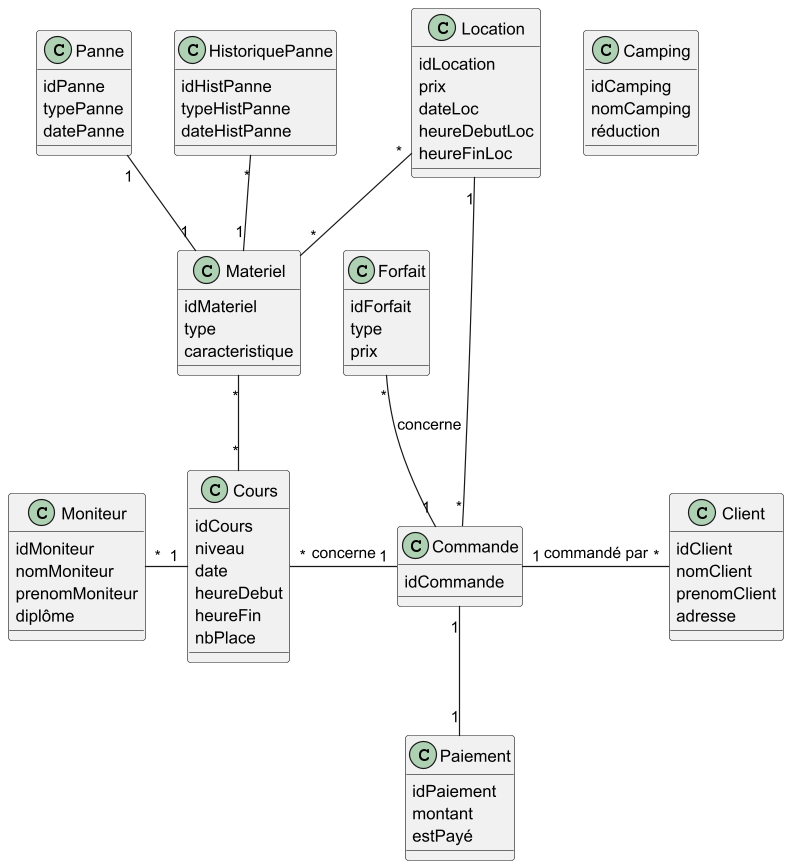
The PlantUML diagram UML/ModelDeDonnees.png in Egario54/ProjetClubNautique, before a commit. Its diagram source:
```plantuml
@startuml

Commande "1" -up- "*" Forfait : concerne
Commande "1" -right- "*" Client : commandé par
Commande "1" -left- "*" Cours : concerne
Commande "*" -down- "1" Location
Commande "1" -- "1" Paiement
Moniteur "*" -right- "1" Cours
Materiel "*" -- "*" Cours
Materiel "*" -up- "*" Location
Panne "1" -- "1" Materiel
HistoriquePanne "*" -- "1" Materiel



class Forfait{
    idForfait
    type
    prix
}

class Paiement{
    idPaiement
    montant
    estPayé
}

class Camping{
    idCamping
    nomCamping
    réduction
}

class Client{
    idClient
    nomClient
    prenomClient
    adresse
}

class Commande{
    idCommande
}

class Cours{
    idCours
    niveau
    date
    heureDebut
    heureFin
    nbPlace
}

class Moniteur{
    idMoniteur
    nomMoniteur
    prenomMoniteur
    diplôme
}

class Location{
    idLocation
    prix
    dateLoc
    heureDebutLoc
    heureFinLoc
}

class Materiel{
    idMateriel
    type
    caracteristique
}

class Panne{
    idPanne
    typePanne
    datePanne
}

class HistoriquePanne{
    idHistPanne
    typeHistPanne
    dateHistPanne
}

@enduml
```
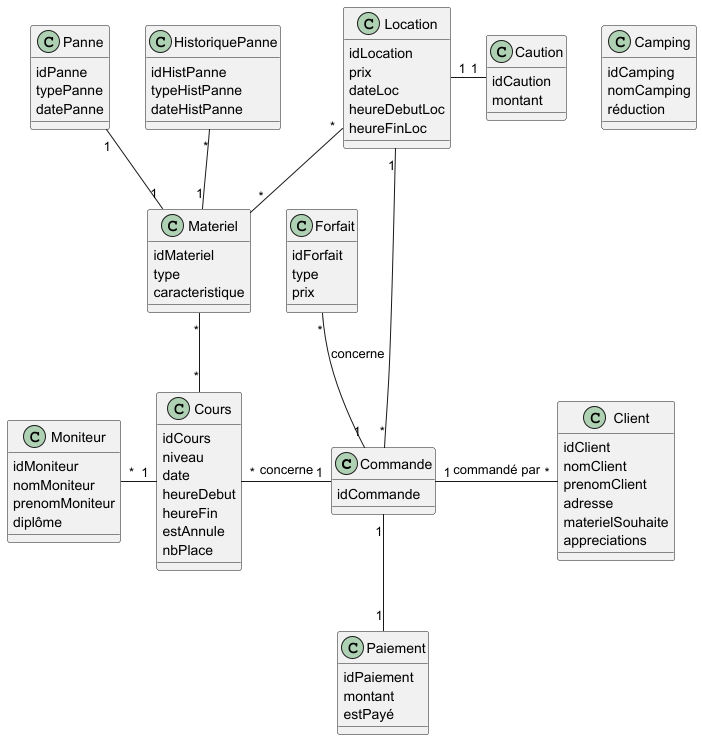
Later version of the same file.

Commit message:
Update modèle de données

The edit, as a diff of the source:
```diff
@@ -10,8 +10,12 @@
 Materiel "*" -up- "*" Location
 Panne "1" -- "1" Materiel
 HistoriquePanne "*" -- "1" Materiel
+Caution "1" -left- "1" Location
 
-
+class Caution{
+    idCaution
+    montant
+}
 
 class Forfait{
     idForfait
@@ -36,6 +40,8 @@
     nomClient
     prenomClient
     adresse
+    materielSouhaite
+    appreciations
 }
 
 class Commande{
@@ -48,6 +54,7 @@
     date
     heureDebut
     heureFin
+    estAnnule
     nbPlace
 }
 
```
